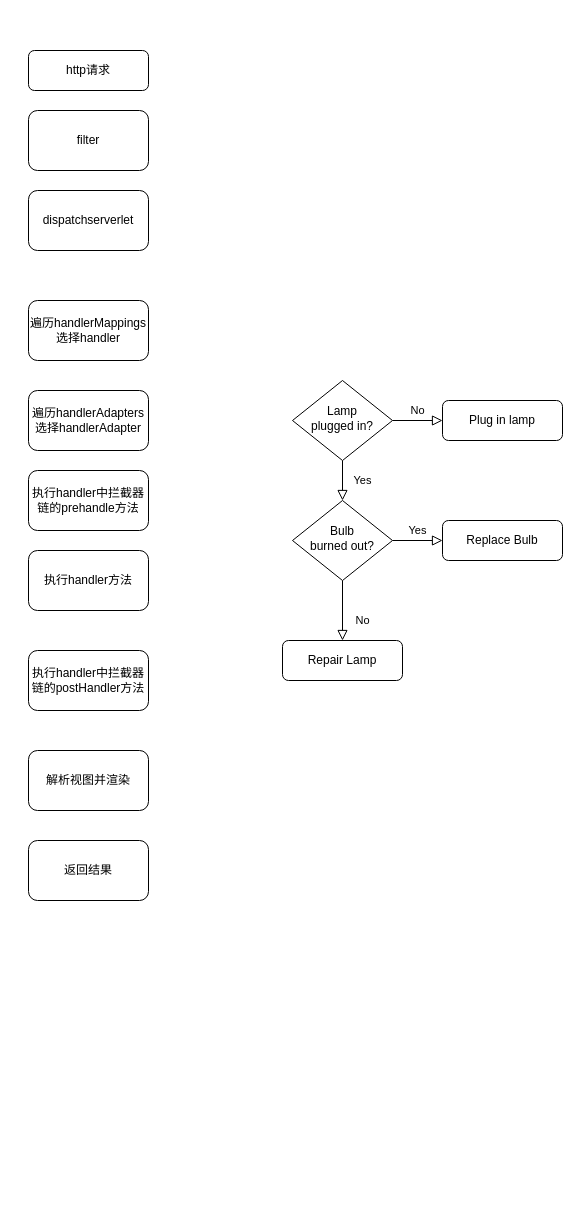
This is Untitled Diagram.drawio from bycj/draw_image, a draw.io file, before an edit. Source tidied: cells renumbered, new cells numbered last; positions are measured from the earlier drawing's top-left corner, leaving out a move shared by most shapes. Both pictures are drawn from the tidied source at 100%, with x=0, y=0 at pixel (28, 50).
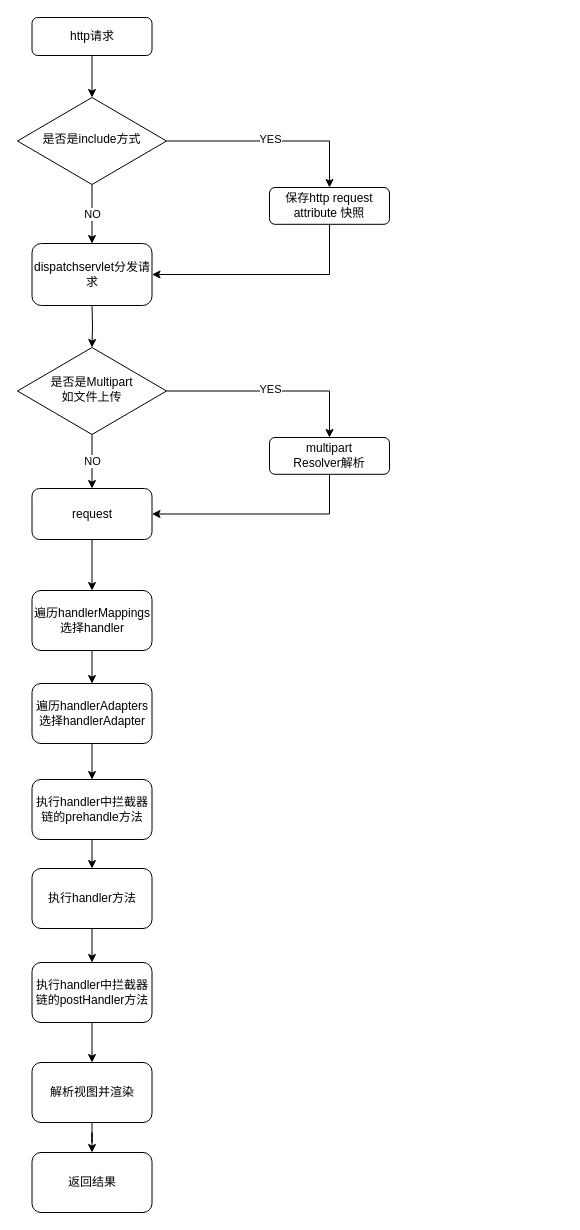
Above is the later version.

Change to the diagram source:
```diff
@@
+    <mxCell id="21" style="edgeStyle=orthogonalEdgeStyle;rounded=0;jettySize=auto;html=1;entryX=0.5;entryY=0;entryDx=0;entryDy=0;" parent="1" edge="1" source="2" target="5">
+      <mxGeometry relative="1" as="geometry" />
+    </mxCell>
     <mxCell id="2" value="http请求" style="rounded=1;whiteSpace=wrap;html=1;fontSize=12;glass=0;strokeWidth=1;shadow=0;" parent="1" vertex="1">
-      <mxGeometry width="120" height="40" as="geometry" />
+      <mxGeometry x="3.5" y="-33" width="120" height="38" as="geometry" />
     </mxCell>
-    <mxCell id="3" value="Yes" style="rounded=0;html=1;jettySize=auto;fontSize=11;endArrow=block;endFill=0;endSize=8;strokeWidth=1;shadow=0;labelBackgroundColor=none;edgeStyle=orthogonalEdgeStyle;" parent="1" edge="1" source="5" target="9">
-      <mxGeometry y="20" relative="1" as="geometry" />
-    </mxCell>
+    <mxCell id="22" value="NO" style="edgeStyle=none;rounded=0;jettySize=auto;html=1;exitX=0.5;exitY=1;exitDx=0;exitDy=0;entryX=0.5;entryY=0;entryDx=0;entryDy=0;" parent="1" edge="1" source="5" target="12">
+      <mxGeometry relative="1" as="geometry" />
+    </mxCell>
-    <mxCell id="4" value="No" style="edgeStyle=orthogonalEdgeStyle;rounded=0;html=1;jettySize=auto;fontSize=11;endArrow=block;endFill=0;endSize=8;strokeWidth=1;shadow=0;labelBackgroundColor=none;" parent="1" edge="1" source="5" target="6">
-      <mxGeometry y="10" relative="1" as="geometry" />
+    <mxCell id="4" style="edgeStyle=orthogonalEdgeStyle;rounded=0;jettySize=auto;html=1;entryX=0.5;entryY=0;entryDx=0;entryDy=0;" parent="1" edge="1" source="5" target="6">
+      <mxGeometry relative="1" as="geometry" />
     </mxCell>
+    <mxCell id="23" value="YES" style="edgeLabel;html=1;align=center;verticalAlign=middle;" parent="4" vertex="1">
+      <mxGeometry x="-0.02" y="3" relative="1" as="geometry">
+        <mxPoint y="1" as="offset" />
+      </mxGeometry>
+    </mxCell>
-    <mxCell id="5" value="Lamp&lt;br&gt;plugged in?" style="rhombus;whiteSpace=wrap;html=1;shadow=0;fontFamily=Helvetica;fontSize=12;align=center;strokeWidth=1;spacing=6;spacingTop=-4;" parent="1" vertex="1">
-      <mxGeometry x="264" y="330" width="100" height="80" as="geometry" />
+    <mxCell id="5" value="是否是include方式" style="rhombus;whiteSpace=wrap;html=1;shadow=0;fontFamily=Helvetica;fontSize=12;align=center;strokeWidth=1;spacing=6;spacingTop=-4;" parent="1" vertex="1">
+      <mxGeometry x="-11" y="47" width="149" height="87" as="geometry" />
     </mxCell>
+    <mxCell id="24" style="edgeStyle=orthogonalEdgeStyle;rounded=0;jettySize=auto;html=1;exitX=0.5;exitY=1;exitDx=0;exitDy=0;entryX=1;entryY=0.5;entryDx=0;entryDy=0;" parent="1" edge="1" source="6" target="12">
+      <mxGeometry relative="1" as="geometry" />
+    </mxCell>
-    <mxCell id="6" value="Plug in lamp" style="rounded=1;whiteSpace=wrap;html=1;fontSize=12;glass=0;strokeWidth=1;shadow=0;" parent="1" vertex="1">
-      <mxGeometry x="414" y="350" width="120" height="40" as="geometry" />
+    <mxCell id="6" value="保存http request attribute 快照" style="rounded=1;whiteSpace=wrap;html=1;fontSize=12;glass=0;strokeWidth=1;shadow=0;" parent="1" vertex="1">
+      <mxGeometry x="241" y="137" width="120" height="36.8" as="geometry" />
     </mxCell>
-    <mxCell id="7" value="No" style="rounded=0;html=1;jettySize=auto;fontSize=11;endArrow=block;endFill=0;endSize=8;strokeWidth=1;shadow=0;labelBackgroundColor=none;edgeStyle=orthogonalEdgeStyle;" parent="1" edge="1" source="9" target="10">
-      <mxGeometry x="0.33" y="20" relative="1" as="geometry" />
-    </mxCell>
-    <mxCell id="8" value="Yes" style="edgeStyle=orthogonalEdgeStyle;rounded=0;html=1;jettySize=auto;fontSize=11;endArrow=block;endFill=0;endSize=8;strokeWidth=1;shadow=0;labelBackgroundColor=none;" parent="1" edge="1" source="9" target="11">
-      <mxGeometry y="10" relative="1" as="geometry" />
-    </mxCell>
-    <mxCell id="9" value="Bulb&lt;br&gt;burned out?" style="rhombus;whiteSpace=wrap;html=1;shadow=0;fontFamily=Helvetica;fontSize=12;align=center;strokeWidth=1;spacing=6;spacingTop=-4;" parent="1" vertex="1">
-      <mxGeometry x="264" y="450" width="100" height="80" as="geometry" />
-    </mxCell>
-    <mxCell id="10" value="Repair Lamp" style="rounded=1;whiteSpace=wrap;html=1;fontSize=12;glass=0;strokeWidth=1;shadow=0;" parent="1" vertex="1">
-      <mxGeometry x="254" y="590" width="120" height="40" as="geometry" />
-    </mxCell>
-    <mxCell id="11" value="Replace Bulb" style="rounded=1;whiteSpace=wrap;html=1;fontSize=12;glass=0;strokeWidth=1;shadow=0;" parent="1" vertex="1">
-      <mxGeometry x="414" y="470" width="120" height="40" as="geometry" />
-    </mxCell>
-    <mxCell id="12" value="dispatchserverlet" style="rounded=1;whiteSpace=wrap;html=1;" parent="1" vertex="1">
-      <mxGeometry y="140" width="120" height="60" as="geometry" />
+    <mxCell id="12" value="dispatchservlet分发请求" style="rounded=1;whiteSpace=wrap;html=1;" parent="1" vertex="1">
+      <mxGeometry x="3.5" y="193" width="120" height="62" as="geometry" />
     </mxCell>
-    <mxCell id="13" value="filter" style="rounded=1;whiteSpace=wrap;html=1;" parent="1" vertex="1">
-      <mxGeometry y="60" width="120" height="60" as="geometry" />
-    </mxCell>
+    <mxCell id="25" style="edgeStyle=orthogonalEdgeStyle;rounded=0;jettySize=auto;html=1;exitX=0.5;exitY=1;exitDx=0;exitDy=0;entryX=0.5;entryY=0;entryDx=0;entryDy=0;" parent="1" edge="1" source="14" target="15">
+      <mxGeometry relative="1" as="geometry" />
+    </mxCell>
     <mxCell id="14" value="遍历handlerMappings&lt;br&gt;选择handler" style="rounded=1;whiteSpace=wrap;html=1;" parent="1" vertex="1">
-      <mxGeometry y="250" width="120" height="60" as="geometry" />
+      <mxGeometry x="3.5" y="540" width="120" height="60" as="geometry" />
     </mxCell>
+    <mxCell id="26" style="edgeStyle=orthogonalEdgeStyle;rounded=0;jettySize=auto;html=1;exitX=0.5;exitY=1;exitDx=0;exitDy=0;entryX=0.5;entryY=0;entryDx=0;entryDy=0;" parent="1" edge="1" source="15" target="17">
+      <mxGeometry relative="1" as="geometry" />
+    </mxCell>
     <mxCell id="15" value="遍历handlerAdapters&lt;br&gt;选择handlerAdapter" style="rounded=1;whiteSpace=wrap;html=1;" parent="1" vertex="1">
-      <mxGeometry y="340" width="120" height="60" as="geometry" />
+      <mxGeometry x="3.5" y="633" width="120" height="60" as="geometry" />
     </mxCell>
+    <mxCell id="27" style="edgeStyle=orthogonalEdgeStyle;rounded=0;jettySize=auto;html=1;exitX=0.5;exitY=1;exitDx=0;exitDy=0;entryX=0.5;entryY=0;entryDx=0;entryDy=0;" parent="1" edge="1" source="16" target="18">
+      <mxGeometry relative="1" as="geometry" />
+    </mxCell>
     <mxCell id="16" value="执行handler方法" style="rounded=1;whiteSpace=wrap;html=1;" parent="1" vertex="1">
-      <mxGeometry y="500" width="120" height="60" as="geometry" />
+      <mxGeometry x="3.5" y="818" width="120" height="60" as="geometry" />
     </mxCell>
+    <mxCell id="28" style="edgeStyle=orthogonalEdgeStyle;rounded=0;jettySize=auto;html=1;exitX=0.5;exitY=1;exitDx=0;exitDy=0;entryX=0.5;entryY=0;entryDx=0;entryDy=0;" parent="1" edge="1" source="17" target="16">
+      <mxGeometry relative="1" as="geometry" />
+    </mxCell>
     <mxCell id="17" value="执行handler中拦截器链的prehandle方法" style="rounded=1;whiteSpace=wrap;html=1;" parent="1" vertex="1">
-      <mxGeometry y="420" width="120" height="60" as="geometry" />
+      <mxGeometry x="3.5" y="729" width="120" height="60" as="geometry" />
     </mxCell>
+    <mxCell id="29" style="edgeStyle=orthogonalEdgeStyle;rounded=0;jettySize=auto;html=1;exitX=0.5;exitY=1;exitDx=0;exitDy=0;entryX=0.5;entryY=0;entryDx=0;entryDy=0;" parent="1" edge="1" source="18" target="19">
+      <mxGeometry relative="1" as="geometry" />
+    </mxCell>
     <mxCell id="18" value="执行handler中拦截器链的postHandler方法" style="rounded=1;whiteSpace=wrap;html=1;" parent="1" vertex="1">
-      <mxGeometry y="600" width="120" height="60" as="geometry" />
+      <mxGeometry x="3.5" y="912" width="120" height="60" as="geometry" />
     </mxCell>
+    <mxCell id="30" style="edgeStyle=orthogonalEdgeStyle;rounded=0;jettySize=auto;html=1;exitX=0.5;exitY=1;exitDx=0;exitDy=0;" parent="1" edge="1" source="19" target="20">
+      <mxGeometry relative="1" as="geometry" />
+    </mxCell>
     <mxCell id="19" value="解析视图并渲染" style="rounded=1;whiteSpace=wrap;html=1;" parent="1" vertex="1">
-      <mxGeometry y="700" width="120" height="60" as="geometry" />
+      <mxGeometry x="3.5" y="1012" width="120" height="60" as="geometry" />
     </mxCell>
     <mxCell id="20" value="返回结果" style="rounded=1;whiteSpace=wrap;html=1;" parent="1" vertex="1">
-      <mxGeometry y="790" width="120" height="60" as="geometry" />
+      <mxGeometry x="3.5" y="1102" width="120" height="60" as="geometry" />
     </mxCell>
+    <mxCell id="31" style="edgeStyle=elbowEdgeStyle;rounded=0;orthogonalLoop=1;jettySize=auto;html=1;entryX=0.5;entryY=1;entryDx=0;entryDy=0;" parent="1" edge="1">
+      <mxGeometry relative="1" as="geometry">
+        <mxPoint x="39" y="286" as="sourcePoint" />
+        <mxPoint x="39" y="286" as="targetPoint" />
+      </mxGeometry>
+    </mxCell>
+    <mxCell id="32" style="edgeStyle=orthogonalEdgeStyle;rounded=0;jettySize=auto;html=1;entryX=0.5;entryY=0;entryDx=0;entryDy=0;" parent="1" edge="1" target="36">
+      <mxGeometry relative="1" as="geometry">
+        <mxPoint x="63.5" y="255" as="sourcePoint" />
+      </mxGeometry>
+    </mxCell>
+    <mxCell id="33" value="NO" style="edgeStyle=none;rounded=0;jettySize=auto;html=1;exitX=0.5;exitY=1;exitDx=0;exitDy=0;entryX=0.5;entryY=0;entryDx=0;entryDy=0;" parent="1" edge="1" source="36" target="40">
+      <mxGeometry relative="1" as="geometry" />
+    </mxCell>
+    <mxCell id="34" style="edgeStyle=orthogonalEdgeStyle;rounded=0;jettySize=auto;html=1;entryX=0.5;entryY=0;entryDx=0;entryDy=0;" parent="1" edge="1" source="36" target="38">
+      <mxGeometry relative="1" as="geometry" />
+    </mxCell>
+    <mxCell id="35" value="YES" style="edgeLabel;html=1;align=center;verticalAlign=middle;" parent="34" vertex="1">
+      <mxGeometry x="-0.02" y="3" relative="1" as="geometry">
+        <mxPoint y="1" as="offset" />
+      </mxGeometry>
+    </mxCell>
+    <mxCell id="36" value="是否是Multipart&lt;br&gt;如文件上传" style="rhombus;whiteSpace=wrap;html=1;shadow=0;fontFamily=Helvetica;fontSize=12;align=center;strokeWidth=1;spacing=6;spacingTop=-4;" parent="1" vertex="1">
+      <mxGeometry x="-11" y="297" width="149" height="87" as="geometry" />
+    </mxCell>
+    <mxCell id="37" style="edgeStyle=orthogonalEdgeStyle;rounded=0;jettySize=auto;html=1;exitX=0.5;exitY=1;exitDx=0;exitDy=0;entryX=1;entryY=0.5;entryDx=0;entryDy=0;" parent="1" edge="1" source="38" target="40">
+      <mxGeometry relative="1" as="geometry" />
+    </mxCell>
+    <mxCell id="38" value="multipart&lt;br&gt;Resolver解析" style="rounded=1;whiteSpace=wrap;html=1;fontSize=12;glass=0;strokeWidth=1;shadow=0;" parent="1" vertex="1">
+      <mxGeometry x="241" y="387" width="120" height="36.8" as="geometry" />
+    </mxCell>
+    <mxCell id="39" style="edgeStyle=orthogonalEdgeStyle;rounded=0;jettySize=auto;html=1;exitX=0.5;exitY=1;exitDx=0;exitDy=0;" parent="1" edge="1" source="40" target="14">
+      <mxGeometry relative="1" as="geometry" />
+    </mxCell>
+    <mxCell id="40" value="request" style="rounded=1;whiteSpace=wrap;html=1;" parent="1" vertex="1">
+      <mxGeometry x="3.5" y="438" width="120" height="51" as="geometry" />
+    </mxCell>
```
